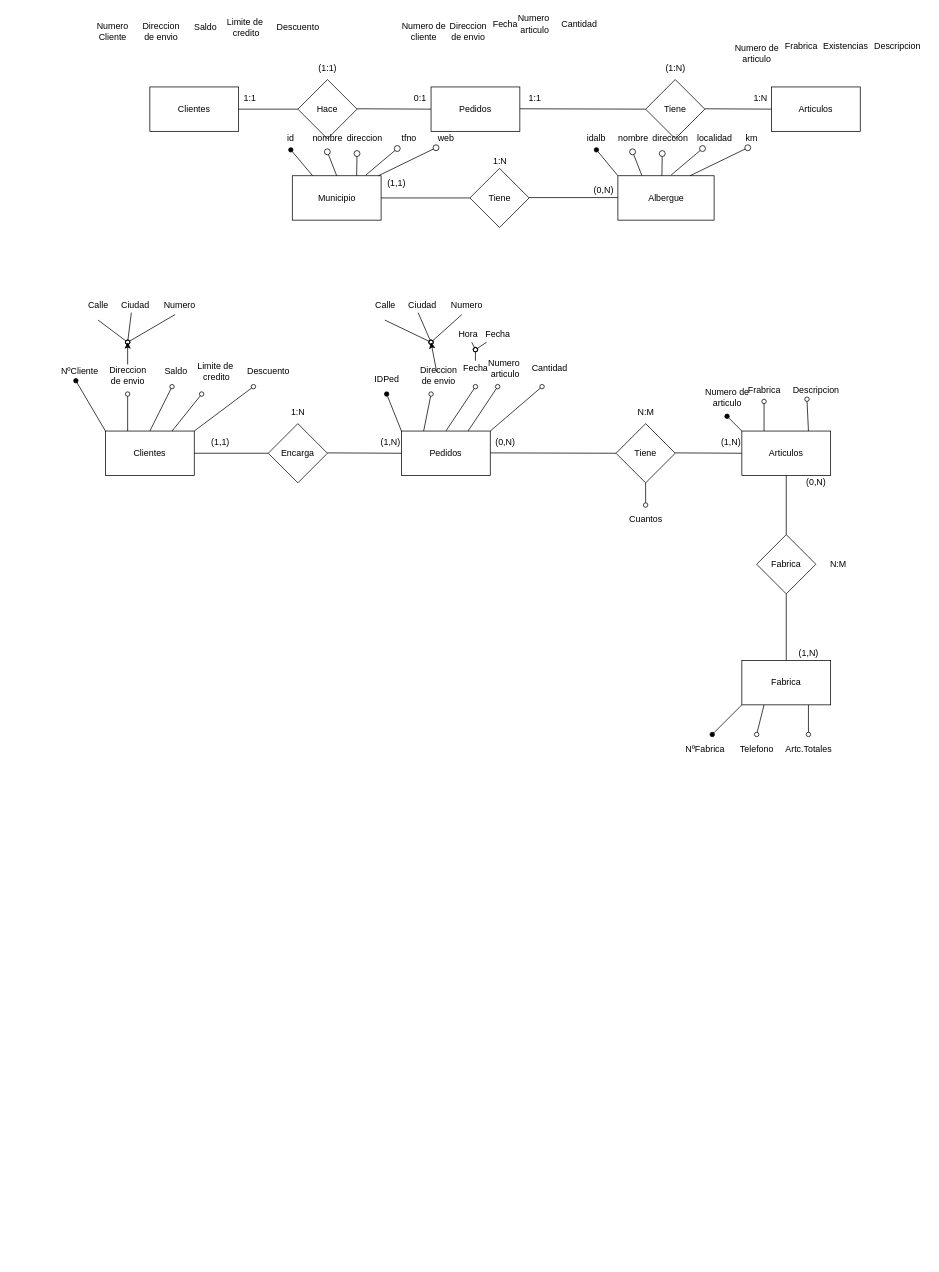
Earlier version of the draw.io diagram Base de Datos/Unidad 3/Actividad 3.drawio (Fran898/Practica). Source tidied: cells renumbered, new cells numbered last; positions are measured from the earlier drawing's top-left corner, leaving out a move shared by most shapes. Both pictures are drawn from the tidied source at 74%, with x=0, y=0 at pixel (53, 13).
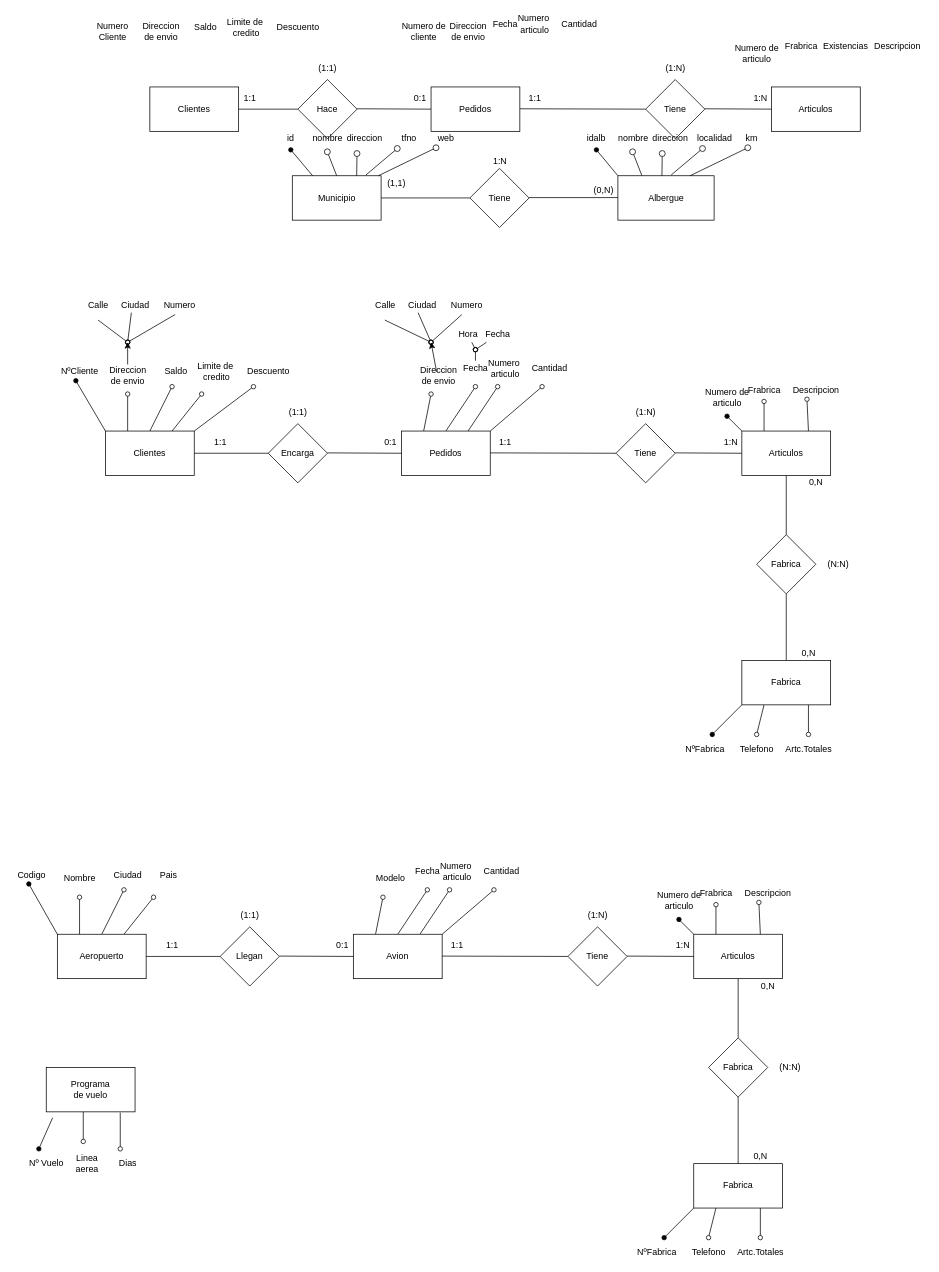
After the change.

Unchanged cells that the change refers to:
```xml
<mxCell id="74" value="Pedidos" style="rounded=0;whiteSpace=wrap;html=1;" parent="1" vertex="1">
  <mxGeometry x="470" y="565" width="120" height="60" as="geometry" />
</mxCell>
<mxCell id="90" value="Tiene" style="rhombus;whiteSpace=wrap;html=1;" parent="1" vertex="1">
  <mxGeometry x="760" y="555" width="80" height="80" as="geometry" />
</mxCell>
```

Diff of the diagram source:
```diff
@@
-    <mxCell id="73" style="edgeStyle=none;rounded=0;jettySize=auto;html=1;exitX=0;exitY=0;exitDx=0;exitDy=0;startArrow=none;startFill=0;endArrow=oval;endFill=1;" parent="1" edge="1" source="74">
-      <mxGeometry relative="1" as="geometry">
-        <mxPoint x="450" y="515" as="targetPoint" />
-      </mxGeometry>
-    </mxCell>
@@
-    <mxCell id="89" style="edgeStyle=none;rounded=0;jettySize=auto;html=1;exitX=0.5;exitY=1;exitDx=0;exitDy=0;startArrow=none;startFill=0;endArrow=oval;endFill=0;" parent="1" edge="1" source="90">
-      <mxGeometry relative="1" as="geometry">
-        <mxPoint x="800" y="665" as="targetPoint" />
-      </mxGeometry>
-    </mxCell>
@@
-    <mxCell id="95" value="(1,N)" style="text;html=1;align=center;verticalAlign=middle;strokeColor=none;fillColor=none;" parent="1" vertex="1">
-      <mxGeometry x="435" y="570" width="40" height="20" as="geometry" />
+    <mxCell id="95" value="0:1" style="text;html=1;align=center;verticalAlign=middle;strokeColor=none;fillColor=none;" parent="1" vertex="1">
+      <mxGeometry x="440" y="570" width="30" height="20" as="geometry" />
     </mxCell>
-    <mxCell id="96" value="(1,1)" style="text;html=1;align=center;verticalAlign=middle;strokeColor=none;fillColor=none;" parent="1" vertex="1">
-      <mxGeometry x="205" y="570" width="40" height="20" as="geometry" />
+    <mxCell id="96" value="1:1" style="text;html=1;align=center;verticalAlign=middle;strokeColor=none;fillColor=none;" parent="1" vertex="1">
+      <mxGeometry x="210" y="570" width="30" height="20" as="geometry" />
     </mxCell>
-    <mxCell id="97" value="(1,N)" style="text;html=1;align=center;verticalAlign=middle;strokeColor=none;fillColor=none;" parent="1" vertex="1">
-      <mxGeometry x="895" y="570" width="40" height="20" as="geometry" />
+    <mxCell id="97" value="1:N" style="text;html=1;align=center;verticalAlign=middle;strokeColor=none;fillColor=none;" parent="1" vertex="1">
+      <mxGeometry x="900" y="570" width="30" height="20" as="geometry" />
     </mxCell>
-    <mxCell id="98" value="(0,N)" style="text;html=1;align=center;verticalAlign=middle;strokeColor=none;fillColor=none;" parent="1" vertex="1">
-      <mxGeometry x="590" y="570" width="40" height="20" as="geometry" />
+    <mxCell id="98" value="1:1" style="text;html=1;align=center;verticalAlign=middle;strokeColor=none;fillColor=none;" parent="1" vertex="1">
+      <mxGeometry x="595" y="570" width="30" height="20" as="geometry" />
     </mxCell>
-    <mxCell id="99" value="1:N" style="text;html=1;align=center;verticalAlign=middle;strokeColor=none;fillColor=none;" parent="1" vertex="1">
-      <mxGeometry x="315" y="530" width="30" height="20" as="geometry" />
+    <mxCell id="99" value="(1:1)" style="text;html=1;align=center;verticalAlign=middle;strokeColor=none;fillColor=none;" parent="1" vertex="1">
+      <mxGeometry x="310" y="530" width="40" height="20" as="geometry" />
     </mxCell>
-    <mxCell id="100" value="N:M" style="text;html=1;align=center;verticalAlign=middle;strokeColor=none;fillColor=none;" parent="1" vertex="1">
+    <mxCell id="100" value="(1:N)" style="text;html=1;align=center;verticalAlign=middle;strokeColor=none;fillColor=none;" parent="1" vertex="1">
       <mxGeometry x="780" y="530" width="40" height="20" as="geometry" />
     </mxCell>
@@
-    <mxCell id="126" value="(0,N)" style="text;html=1;align=center;verticalAlign=middle;strokeColor=none;fillColor=none;" parent="1" vertex="1">
-      <mxGeometry x="1010" y="625" width="40" height="20" as="geometry" />
+    <mxCell id="126" value="0,N" style="text;html=1;align=center;verticalAlign=middle;strokeColor=none;fillColor=none;" parent="1" vertex="1">
+      <mxGeometry x="1015" y="625" width="30" height="20" as="geometry" />
     </mxCell>
-    <mxCell id="127" value="(1,N)" style="text;html=1;align=center;verticalAlign=middle;strokeColor=none;fillColor=none;" parent="1" vertex="1">
-      <mxGeometry x="1000" y="855" width="40" height="20" as="geometry" />
+    <mxCell id="127" value="0,N" style="text;html=1;align=center;verticalAlign=middle;strokeColor=none;fillColor=none;" parent="1" vertex="1">
+      <mxGeometry x="1005" y="855" width="30" height="20" as="geometry" />
     </mxCell>
-    <mxCell id="128" value="N:M" style="text;html=1;align=center;verticalAlign=middle;strokeColor=none;fillColor=none;" parent="1" vertex="1">
+    <mxCell id="128" value="(N:N)" style="text;html=1;align=center;verticalAlign=middle;strokeColor=none;fillColor=none;" parent="1" vertex="1">
       <mxGeometry x="1040" y="735" width="40" height="20" as="geometry" />
     </mxCell>
@@
-    <mxCell id="133" value="Cuantos" style="text;html=1;align=center;verticalAlign=middle;strokeColor=none;fillColor=none;" parent="1" vertex="1">
-      <mxGeometry x="770" y="675" width="60" height="20" as="geometry" />
-    </mxCell>
-    <mxCell id="134" value="IDPed" style="text;html=1;align=center;verticalAlign=middle;strokeColor=none;fillColor=none;" parent="1" vertex="1">
-      <mxGeometry x="425" y="485" width="50" height="20" as="geometry" />
-    </mxCell>
+    <mxCell id="135" style="rounded=0;jettySize=auto;html=1;exitX=0;exitY=0;exitDx=0;exitDy=0;entryX=0.429;entryY=1.1;entryDx=0;entryDy=0;entryPerimeter=0;endArrow=oval;endFill=1;" parent="1" edge="1" source="139" target="171">
+      <mxGeometry relative="1" as="geometry" />
+    </mxCell>
+    <mxCell id="136" style="edgeStyle=none;rounded=0;jettySize=auto;html=1;exitX=0.25;exitY=0;exitDx=0;exitDy=0;endArrow=oval;endFill=0;" parent="1" edge="1" source="139">
+      <mxGeometry relative="1" as="geometry">
+        <mxPoint x="35" y="1195" as="targetPoint" />
+      </mxGeometry>
+    </mxCell>
+    <mxCell id="137" style="edgeStyle=none;rounded=0;jettySize=auto;html=1;endArrow=oval;endFill=0;exitX=0.5;exitY=0;exitDx=0;exitDy=0;" parent="1" edge="1" source="139">
+      <mxGeometry relative="1" as="geometry">
+        <mxPoint x="95" y="1185" as="targetPoint" />
+      </mxGeometry>
+    </mxCell>
+    <mxCell id="138" style="edgeStyle=none;rounded=0;jettySize=auto;html=1;exitX=0.75;exitY=0;exitDx=0;exitDy=0;endArrow=oval;endFill=0;" parent="1" edge="1" source="139">
+      <mxGeometry relative="1" as="geometry">
+        <mxPoint x="135" y="1195" as="targetPoint" />
+      </mxGeometry>
+    </mxCell>
+    <mxCell id="139" value="Aeropuerto" style="rounded=0;whiteSpace=wrap;html=1;" parent="1" vertex="1">
+      <mxGeometry x="5" y="1245" width="120" height="60" as="geometry" />
+    </mxCell>
+    <mxCell id="140" style="edgeStyle=none;rounded=0;jettySize=auto;html=1;exitX=0.25;exitY=0;exitDx=0;exitDy=0;endArrow=oval;endFill=0;" parent="1" edge="1" source="143">
+      <mxGeometry relative="1" as="geometry">
+        <mxPoint x="895" y="1205" as="targetPoint" />
+      </mxGeometry>
+    </mxCell>
+    <mxCell id="141" style="edgeStyle=none;rounded=0;jettySize=auto;html=1;exitX=0.75;exitY=0;exitDx=0;exitDy=0;endArrow=oval;endFill=0;entryX=0.35;entryY=1.1;entryDx=0;entryDy=0;entryPerimeter=0;" parent="1" edge="1" source="143" target="154">
+      <mxGeometry relative="1" as="geometry" />
+    </mxCell>
+    <mxCell id="142" style="edgeStyle=none;rounded=0;jettySize=auto;html=1;exitX=0;exitY=0;exitDx=0;exitDy=0;endArrow=oval;endFill=1;" parent="1" edge="1" source="143">
+      <mxGeometry relative="1" as="geometry">
+        <mxPoint x="845" y="1225" as="targetPoint" />
+      </mxGeometry>
+    </mxCell>
+    <mxCell id="143" value="Articulos" style="rounded=0;whiteSpace=wrap;html=1;" parent="1" vertex="1">
+      <mxGeometry x="865" y="1245" width="120" height="60" as="geometry" />
+    </mxCell>
+    <mxCell id="144" style="edgeStyle=none;rounded=0;jettySize=auto;html=1;exitX=0.25;exitY=0;exitDx=0;exitDy=0;endArrow=oval;endFill=0;" parent="1" edge="1" source="148">
+      <mxGeometry relative="1" as="geometry">
+        <mxPoint x="445" y="1195" as="targetPoint" />
+      </mxGeometry>
+    </mxCell>
+    <mxCell id="145" style="edgeStyle=none;rounded=0;jettySize=auto;html=1;exitX=0.5;exitY=0;exitDx=0;exitDy=0;endArrow=oval;endFill=0;" parent="1" edge="1" source="148">
+      <mxGeometry relative="1" as="geometry">
+        <mxPoint x="505" y="1185" as="targetPoint" />
+      </mxGeometry>
+    </mxCell>
+    <mxCell id="146" style="edgeStyle=none;rounded=0;jettySize=auto;html=1;exitX=0.75;exitY=0;exitDx=0;exitDy=0;endArrow=oval;endFill=0;" parent="1" edge="1" source="148">
+      <mxGeometry relative="1" as="geometry">
+        <mxPoint x="535" y="1185" as="targetPoint" />
+      </mxGeometry>
+    </mxCell>
+    <mxCell id="147" style="edgeStyle=none;rounded=0;jettySize=auto;html=1;exitX=1;exitY=0;exitDx=0;exitDy=0;endArrow=oval;endFill=0;" parent="1" edge="1" source="148">
+      <mxGeometry relative="1" as="geometry">
+        <mxPoint x="595" y="1185" as="targetPoint" />
+      </mxGeometry>
+    </mxCell>
+    <mxCell id="148" value="Avion" style="rounded=0;whiteSpace=wrap;html=1;" parent="1" vertex="1">
+      <mxGeometry x="405" y="1245" width="120" height="60" as="geometry" />
+    </mxCell>
+    <mxCell id="149" value="Nombre" style="text;html=1;align=center;verticalAlign=middle;strokeColor=none;fillColor=none;" parent="1" vertex="1">
+      <mxGeometry x="5" y="1160" width="60" height="20" as="geometry" />
+    </mxCell>
+    <mxCell id="150" value="Ciudad" style="text;html=1;align=center;verticalAlign=middle;strokeColor=none;fillColor=none;" parent="1" vertex="1">
+      <mxGeometry x="75" y="1155" width="50" height="20" as="geometry" />
+    </mxCell>
+    <mxCell id="151" value="Pais" style="text;html=1;align=center;verticalAlign=middle;strokeColor=none;fillColor=none;" parent="1" vertex="1">
+      <mxGeometry x="135" y="1155" width="40" height="20" as="geometry" />
+    </mxCell>
+    <mxCell id="152" value="Numero de&lt;br&gt;articulo" style="text;html=1;align=center;verticalAlign=middle;strokeColor=none;fillColor=none;" parent="1" vertex="1">
+      <mxGeometry x="810" y="1185" width="70" height="30" as="geometry" />
+    </mxCell>
+    <mxCell id="153" value="Frabrica" style="text;html=1;align=center;verticalAlign=middle;strokeColor=none;fillColor=none;" parent="1" vertex="1">
+      <mxGeometry x="865" y="1180" width="60" height="20" as="geometry" />
+    </mxCell>
+    <mxCell id="154" value="Descripcion" style="text;html=1;align=center;verticalAlign=middle;points=[];strokeColor=none;fillColor=none;" parent="1" vertex="1">
+      <mxGeometry x="925" y="1180" width="80" height="20" as="geometry" />
+    </mxCell>
+    <mxCell id="155" value="Modelo" style="text;html=1;align=center;verticalAlign=middle;strokeColor=none;fillColor=none;" parent="1" vertex="1">
+      <mxGeometry x="430" y="1160" width="50" height="20" as="geometry" />
+    </mxCell>
+    <mxCell id="156" value="Fecha" style="text;html=1;align=center;verticalAlign=middle;strokeColor=none;fillColor=none;" parent="1" vertex="1">
+      <mxGeometry x="480" y="1150" width="50" height="20" as="geometry" />
+    </mxCell>
+    <mxCell id="157" value="Numero&amp;nbsp;&lt;br&gt;articulo" style="text;html=1;align=center;verticalAlign=middle;strokeColor=none;fillColor=none;" parent="1" vertex="1">
+      <mxGeometry x="515" y="1145" width="60" height="30" as="geometry" />
+    </mxCell>
+    <mxCell id="158" value="Cantidad" style="text;html=1;align=center;verticalAlign=middle;strokeColor=none;fillColor=none;" parent="1" vertex="1">
+      <mxGeometry x="575" y="1150" width="60" height="20" as="geometry" />
+    </mxCell>
+    <mxCell id="159" value="Llegan" style="rhombus;whiteSpace=wrap;html=1;" parent="1" vertex="1">
+      <mxGeometry x="225" y="1235" width="80" height="80" as="geometry" />
+    </mxCell>
+    <mxCell id="160" value="Tiene" style="rhombus;whiteSpace=wrap;html=1;" parent="1" vertex="1">
+      <mxGeometry x="695" y="1235" width="80" height="80" as="geometry" />
+    </mxCell>
+    <mxCell id="161" style="endArrow=none;html=1;rounded=0;entryX=0;entryY=0.5;entryDx=0;entryDy=0;exitX=1;exitY=0.5;exitDx=0;exitDy=0;" parent="1" edge="1" source="139" target="159">
+      <mxGeometry relative="1" as="geometry" />
+    </mxCell>
+    <mxCell id="162" style="endArrow=none;html=1;rounded=0;entryX=0;entryY=0.5;entryDx=0;entryDy=0;exitX=1;exitY=0.5;exitDx=0;exitDy=0;" parent="1" edge="1" target="148">
+      <mxGeometry relative="1" as="geometry">
+        <mxPoint x="305" y="1274.5" as="sourcePoint" />
+      </mxGeometry>
+    </mxCell>
+    <mxCell id="163" style="endArrow=none;html=1;rounded=0;entryX=0;entryY=0.5;entryDx=0;entryDy=0;exitX=1;exitY=0.5;exitDx=0;exitDy=0;" parent="1" edge="1" target="160">
+      <mxGeometry relative="1" as="geometry">
+        <mxPoint x="525" y="1274.5" as="sourcePoint" />
+      </mxGeometry>
+    </mxCell>
+    <mxCell id="164" style="endArrow=none;html=1;rounded=0;entryX=0;entryY=0.5;entryDx=0;entryDy=0;exitX=1;exitY=0.5;exitDx=0;exitDy=0;" parent="1" edge="1" target="143">
+      <mxGeometry relative="1" as="geometry">
+        <mxPoint x="775" y="1274.5" as="sourcePoint" />
+      </mxGeometry>
+    </mxCell>
+    <mxCell id="165" value="0:1" style="text;html=1;align=center;verticalAlign=middle;strokeColor=none;fillColor=none;" parent="1" vertex="1">
+      <mxGeometry x="375" y="1250" width="30" height="20" as="geometry" />
+    </mxCell>
+    <mxCell id="166" value="1:1" style="text;html=1;align=center;verticalAlign=middle;strokeColor=none;fillColor=none;" parent="1" vertex="1">
+      <mxGeometry x="145" y="1250" width="30" height="20" as="geometry" />
+    </mxCell>
+    <mxCell id="167" value="1:N" style="text;html=1;align=center;verticalAlign=middle;strokeColor=none;fillColor=none;" parent="1" vertex="1">
+      <mxGeometry x="835" y="1250" width="30" height="20" as="geometry" />
+    </mxCell>
+    <mxCell id="168" value="1:1" style="text;html=1;align=center;verticalAlign=middle;strokeColor=none;fillColor=none;" parent="1" vertex="1">
+      <mxGeometry x="530" y="1250" width="30" height="20" as="geometry" />
+    </mxCell>
+    <mxCell id="169" value="(1:1)" style="text;html=1;align=center;verticalAlign=middle;strokeColor=none;fillColor=none;" parent="1" vertex="1">
+      <mxGeometry x="245" y="1210" width="40" height="20" as="geometry" />
+    </mxCell>
+    <mxCell id="170" value="(1:N)" style="text;html=1;align=center;verticalAlign=middle;strokeColor=none;fillColor=none;" parent="1" vertex="1">
+      <mxGeometry x="715" y="1210" width="40" height="20" as="geometry" />
+    </mxCell>
+    <mxCell id="171" value="Codigo" style="text;html=1;align=center;verticalAlign=middle;points=[];strokeColor=none;fillColor=none;" parent="1" vertex="1">
+      <mxGeometry x="-55" y="1155" width="50" height="20" as="geometry" />
+    </mxCell>
+    <mxCell id="172" style="edgeStyle=none;rounded=0;orthogonalLoop=1;jettySize=auto;html=1;entryX=0.5;entryY=0;entryDx=0;entryDy=0;endArrow=oval;endFill=0;" parent="1" edge="1" source="139" target="139">
+      <mxGeometry relative="1" as="geometry" />
+    </mxCell>
+    <mxCell id="173" style="edgeStyle=none;rounded=0;jettySize=auto;html=1;exitX=0;exitY=1;exitDx=0;exitDy=0;startArrow=none;startFill=0;endArrow=oval;endFill=1;" parent="1" edge="1" source="176">
+      <mxGeometry relative="1" as="geometry">
+        <mxPoint x="825" y="1655" as="targetPoint" />
+      </mxGeometry>
+    </mxCell>
+    <mxCell id="174" style="edgeStyle=none;rounded=0;jettySize=auto;html=1;exitX=0.25;exitY=1;exitDx=0;exitDy=0;startArrow=none;startFill=0;endArrow=oval;endFill=0;" parent="1" edge="1" source="176">
+      <mxGeometry relative="1" as="geometry">
+        <mxPoint x="885" y="1655" as="targetPoint" />
+      </mxGeometry>
+    </mxCell>
+    <mxCell id="175" style="edgeStyle=none;rounded=0;jettySize=auto;html=1;exitX=0.75;exitY=1;exitDx=0;exitDy=0;startArrow=none;startFill=0;endArrow=oval;endFill=0;" parent="1" edge="1" source="176">
+      <mxGeometry relative="1" as="geometry">
+        <mxPoint x="955" y="1655" as="targetPoint" />
+      </mxGeometry>
+    </mxCell>
+    <mxCell id="176" value="Fabrica" style="whiteSpace=wrap;html=1;" parent="1" vertex="1">
+      <mxGeometry x="865" y="1555" width="120" height="60" as="geometry" />
+    </mxCell>
+    <mxCell id="177" value="Fabrica" style="rhombus;whiteSpace=wrap;html=1;" parent="1" vertex="1">
+      <mxGeometry x="885" y="1385" width="80" height="80" as="geometry" />
+    </mxCell>
+    <mxCell id="178" style="endArrow=none;html=1;rounded=0;exitX=0.5;exitY=0;exitDx=0;exitDy=0;" parent="1" edge="1" source="177">
+      <mxGeometry relative="1" as="geometry">
+        <mxPoint x="925" y="1305" as="targetPoint" />
+      </mxGeometry>
+    </mxCell>
+    <mxCell id="179" style="endArrow=none;html=1;rounded=0;exitX=0.5;exitY=0;exitDx=0;exitDy=0;" parent="1" edge="1" source="176">
+      <mxGeometry relative="1" as="geometry">
+        <mxPoint x="925" y="1465" as="targetPoint" />
+      </mxGeometry>
+    </mxCell>
+    <mxCell id="180" value="NºFabrica" style="text;html=1;align=center;verticalAlign=middle;strokeColor=none;fillColor=none;" parent="1" vertex="1">
+      <mxGeometry x="780" y="1665" width="70" height="20" as="geometry" />
+    </mxCell>
+    <mxCell id="181" value="Telefono" style="text;html=1;align=center;verticalAlign=middle;strokeColor=none;fillColor=none;" parent="1" vertex="1">
+      <mxGeometry x="855" y="1665" width="60" height="20" as="geometry" />
+    </mxCell>
+    <mxCell id="182" value="Artc.Totales" style="text;html=1;align=center;verticalAlign=middle;strokeColor=none;fillColor=none;" parent="1" vertex="1">
+      <mxGeometry x="915" y="1665" width="80" height="20" as="geometry" />
+    </mxCell>
+    <mxCell id="183" value="0,N" style="text;html=1;align=center;verticalAlign=middle;strokeColor=none;fillColor=none;" parent="1" vertex="1">
+      <mxGeometry x="950" y="1305" width="30" height="20" as="geometry" />
+    </mxCell>
+    <mxCell id="184" value="0,N" style="text;html=1;align=center;verticalAlign=middle;strokeColor=none;fillColor=none;" parent="1" vertex="1">
+      <mxGeometry x="940" y="1535" width="30" height="20" as="geometry" />
+    </mxCell>
+    <mxCell id="185" value="(N:N)" style="text;html=1;align=center;verticalAlign=middle;strokeColor=none;fillColor=none;" parent="1" vertex="1">
+      <mxGeometry x="975" y="1415" width="40" height="20" as="geometry" />
+    </mxCell>
+    <mxCell id="186" value="Programa&lt;br&gt;de vuelo" style="whiteSpace=wrap;html=1;" parent="1" vertex="1">
+      <mxGeometry x="-10" y="1425" width="120" height="60" as="geometry" />
+    </mxCell>
+    <mxCell id="187" value="Nº Vuelo" style="text;html=1;align=center;verticalAlign=middle;strokeColor=none;fillColor=none;" parent="1" vertex="1">
+      <mxGeometry x="-40" y="1545" width="60" height="20" as="geometry" />
+    </mxCell>
+    <mxCell id="188" value="Linea&lt;br&gt;aerea" style="text;html=1;align=center;verticalAlign=middle;strokeColor=none;fillColor=none;" parent="1" vertex="1">
+      <mxGeometry x="20" y="1540" width="50" height="30" as="geometry" />
+    </mxCell>
+    <mxCell id="189" value="Dias" style="text;html=1;align=center;verticalAlign=middle;strokeColor=none;fillColor=none;" parent="1" vertex="1">
+      <mxGeometry x="80" y="1545" width="40" height="20" as="geometry" />
+    </mxCell>
+    <mxCell id="190" style="rounded=0;orthogonalLoop=1;jettySize=auto;html=1;exitX=0;exitY=0;exitDx=0;exitDy=0;endArrow=oval;endFill=1;" parent="1" edge="1">
+      <mxGeometry relative="1" as="geometry">
+        <mxPoint x="-1.4" y="1493" as="sourcePoint" />
+        <mxPoint x="-20" y="1535" as="targetPoint" />
+      </mxGeometry>
+    </mxCell>
+    <mxCell id="191" style="edgeStyle=none;rounded=0;orthogonalLoop=1;jettySize=auto;html=1;exitX=0.25;exitY=0;exitDx=0;exitDy=0;endArrow=oval;endFill=0;" parent="1" edge="1">
+      <mxGeometry relative="1" as="geometry">
+        <mxPoint x="40" y="1485" as="sourcePoint" />
+        <mxPoint x="40" y="1525" as="targetPoint" />
+      </mxGeometry>
+    </mxCell>
+    <mxCell id="192" style="edgeStyle=none;rounded=0;jettySize=auto;html=1;exitX=0.833;exitY=1.017;exitDx=0;exitDy=0;endArrow=oval;endFill=0;exitPerimeter=0;" parent="1" edge="1" source="186">
+      <mxGeometry relative="1" as="geometry">
+        <mxPoint x="90" y="1535" as="targetPoint" />
+        <Array as="points">
+          <mxPoint x="90" y="1495" />
+        </Array>
+      </mxGeometry>
+    </mxCell>
```
